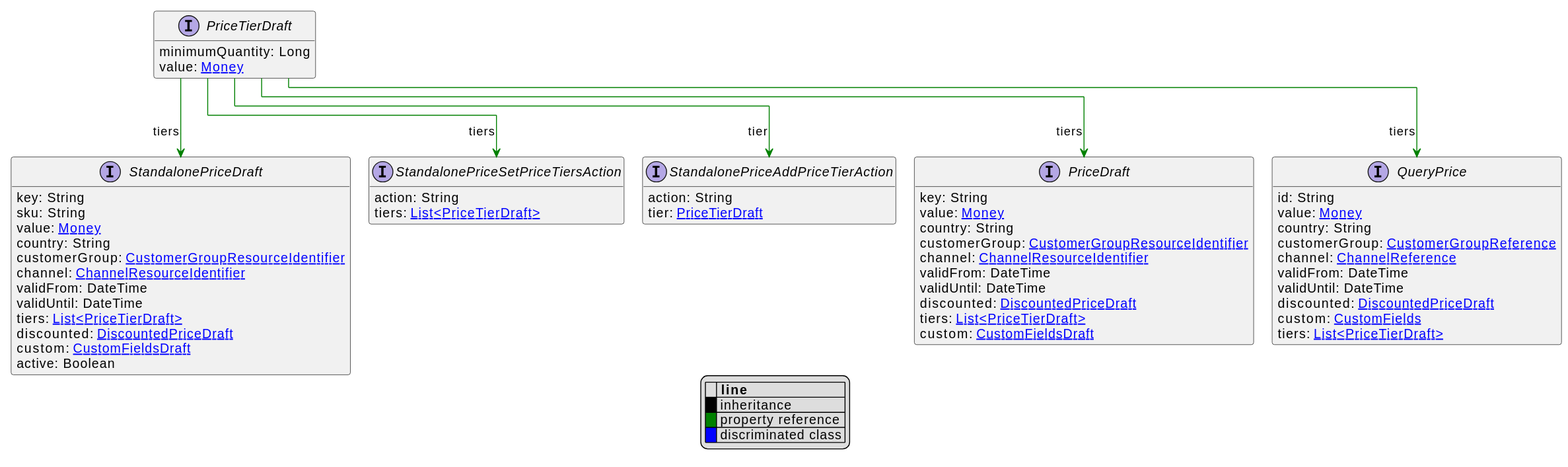
Earlier version of the PlantUML export uml/api/svg/PriceTierDraft.svg (commercetools/commercetools-api-reference).
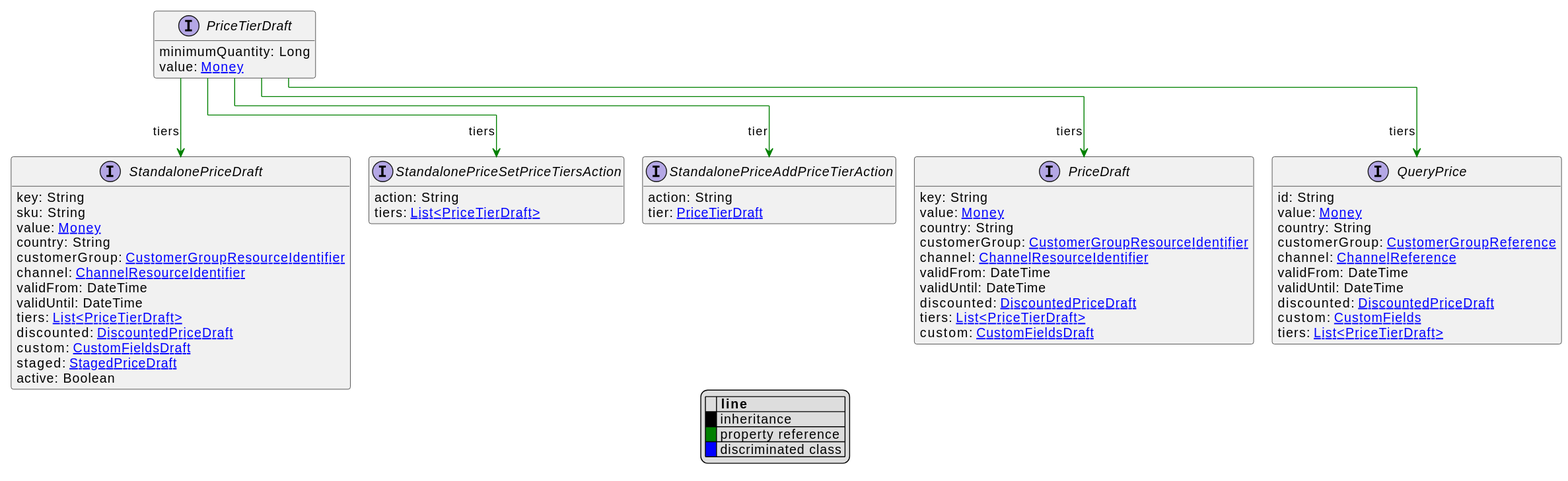
After the commit.

Change to the diagram source:
```diff
@@ -51,6 +51,7 @@
     tiers: [[PriceTierDraft.svg List<PriceTierDraft>]]
     discounted: [[DiscountedPriceDraft.svg DiscountedPriceDraft]]
     custom: [[CustomFieldsDraft.svg CustomFieldsDraft]]
+    staged: [[StagedPriceDraft.svg StagedPriceDraft]]
     active: Boolean
 }
 interface StandalonePriceSetPriceTiersAction [[StandalonePriceSetPriceTiersAction.svg]]  {
```
